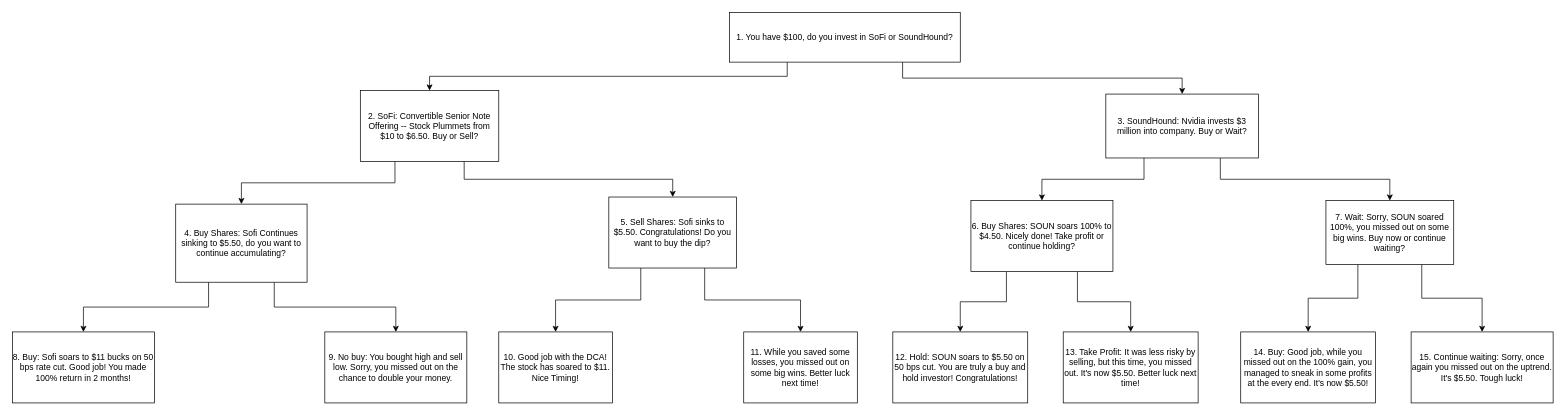
alexziao05/Text-Based-RPG-Using-Decision-Tree keeps this draw.io diagram as Helpful Files/RPG Diagram.drawio. Above is the earlier version. Source tidied: cells renumbered, new cells numbered last; positions are measured from the earlier drawing's top-left corner, leaving out a move shared by most shapes. Both pictures are drawn from the tidied source at 71%, with x=0, y=0 at pixel (12, 12).
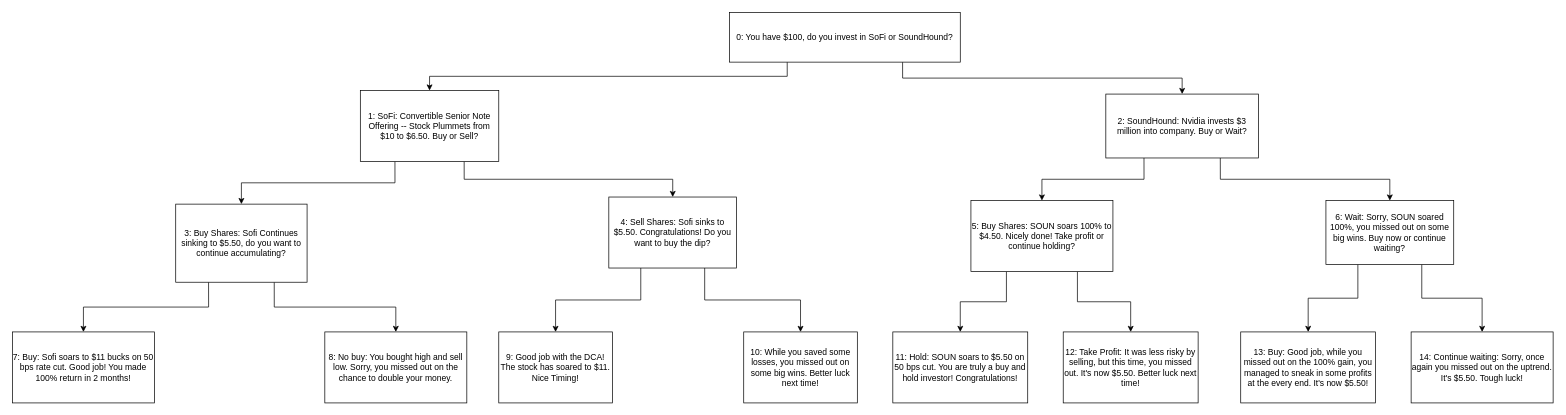
The same page after the edit.

Diff of the diagram source:
```diff
@@
-    <mxCell id="4" value="1. You have $100, do you invest in SoFi or SoundHound?" style="rounded=0;whiteSpace=wrap;html=1;" parent="1" vertex="1">
+    <mxCell id="4" value="0: You have $100, do you invest in SoFi or SoundHound?" style="rounded=0;whiteSpace=wrap;html=1;" parent="1" vertex="1">
       <mxGeometry x="1010" width="325" height="70" as="geometry" />
     </mxCell>
@@
-    <mxCell id="7" value="2. SoFi: Convertible Senior Note Offering -- Stock Plummets from $10 to $6.50. Buy or Sell?" style="rounded=0;whiteSpace=wrap;html=1;" parent="1" vertex="1">
+    <mxCell id="7" value="1: SoFi: Convertible Senior Note Offering -- Stock Plummets from $10 to $6.50. Buy or Sell?" style="rounded=0;whiteSpace=wrap;html=1;" parent="1" vertex="1">
       <mxGeometry x="490" y="110" width="195" height="100" as="geometry" />
     </mxCell>
@@
-    <mxCell id="10" value="3. SoundHound: Nvidia invests $3 million into company. Buy or Wait?" style="rounded=0;whiteSpace=wrap;html=1;" parent="1" vertex="1">
+    <mxCell id="10" value="2: SoundHound: Nvidia invests $3 million into company. Buy or Wait?" style="rounded=0;whiteSpace=wrap;html=1;" parent="1" vertex="1">
       <mxGeometry x="1540" y="115" width="215" height="90" as="geometry" />
     </mxCell>
@@
-    <mxCell id="13" value="4. Buy Shares: Sofi Continues sinking to $5.50, do you want to continue accumulating?" style="rounded=0;whiteSpace=wrap;html=1;" parent="1" vertex="1">
+    <mxCell id="13" value="3: Buy Shares: Sofi Continues sinking to $5.50, do you want to continue accumulating?" style="rounded=0;whiteSpace=wrap;html=1;" parent="1" vertex="1">
       <mxGeometry x="230" y="270" width="185" height="110" as="geometry" />
     </mxCell>
@@
-    <mxCell id="16" value="5. Sell Shares: Sofi sinks to $5.50. Congratulations! Do you want to buy the dip?" style="rounded=0;whiteSpace=wrap;html=1;" parent="1" vertex="1">
+    <mxCell id="16" value="4: Sell Shares: Sofi sinks to $5.50. Congratulations! Do you want to buy the dip?" style="rounded=0;whiteSpace=wrap;html=1;" parent="1" vertex="1">
       <mxGeometry x="840" y="260" width="180" height="100" as="geometry" />
     </mxCell>
@@
-    <mxCell id="19" value="6. Buy Shares: SOUN soars 100% to $4.50. Nicely done! Take profit or continue holding?" style="rounded=0;whiteSpace=wrap;html=1;" parent="1" vertex="1">
+    <mxCell id="19" value="5: Buy Shares: SOUN soars 100% to $4.50. Nicely done! Take profit or continue holding?" style="rounded=0;whiteSpace=wrap;html=1;" parent="1" vertex="1">
       <mxGeometry x="1350" y="265" width="200" height="100" as="geometry" />
     </mxCell>
@@
-    <mxCell id="22" value="7. Wait: Sorry, SOUN soared 100%, you missed out on some big wins. Buy now or continue waiting?" style="rounded=0;whiteSpace=wrap;html=1;" parent="1" vertex="1">
+    <mxCell id="22" value="6: Wait: Sorry, SOUN soared 100%, you missed out on some big wins. Buy now or continue waiting?" style="rounded=0;whiteSpace=wrap;html=1;" parent="1" vertex="1">
       <mxGeometry x="1850" y="265" width="180" height="90" as="geometry" />
     </mxCell>
-    <mxCell id="23" value="8. Buy: Sofi soars to $11 bucks on 50 bps rate cut. Good job! You made 100% return in 2 months! " style="rounded=0;whiteSpace=wrap;html=1;" parent="1" vertex="1">
+    <mxCell id="23" value="7: Buy: Sofi soars to $11 bucks on 50 bps rate cut. Good job! You made 100% return in 2 months! " style="rounded=0;whiteSpace=wrap;html=1;" parent="1" vertex="1">
       <mxGeometry y="450" width="200" height="100" as="geometry" />
     </mxCell>
-    <mxCell id="24" value="9. No buy: You bought high and sell low. Sorry, you missed out on the chance to double your money." style="rounded=0;whiteSpace=wrap;html=1;" parent="1" vertex="1">
+    <mxCell id="24" value="8: No buy: You bought high and sell low. Sorry, you missed out on the chance to double your money." style="rounded=0;whiteSpace=wrap;html=1;" parent="1" vertex="1">
       <mxGeometry x="440" y="450" width="200" height="100" as="geometry" />
     </mxCell>
-    <mxCell id="25" value="10. Good job with the DCA! The stock has soared to $11. Nice Timing!" style="rounded=0;whiteSpace=wrap;html=1;" parent="1" vertex="1">
+    <mxCell id="25" value="9: Good job with the DCA! The stock has soared to $11. Nice Timing!" style="rounded=0;whiteSpace=wrap;html=1;" parent="1" vertex="1">
       <mxGeometry x="685" y="450" width="160" height="100" as="geometry" />
     </mxCell>
-    <mxCell id="26" value="11. While you saved some losses, you missed out on some big wins. Better luck next time!" style="rounded=0;whiteSpace=wrap;html=1;" parent="1" vertex="1">
+    <mxCell id="26" value="10: While you saved some losses, you missed out on some big wins. Better luck next time!" style="rounded=0;whiteSpace=wrap;html=1;" parent="1" vertex="1">
       <mxGeometry x="1030" y="450" width="160" height="100" as="geometry" />
     </mxCell>
-    <mxCell id="27" value="12. Hold: SOUN soars to $5.50 on 50 bps cut. You are truly a buy and hold investor! Congratulations!" style="rounded=0;whiteSpace=wrap;html=1;" parent="1" vertex="1">
+    <mxCell id="27" value="11: Hold: SOUN soars to $5.50 on 50 bps cut. You are truly a buy and hold investor! Congratulations!" style="rounded=0;whiteSpace=wrap;html=1;" parent="1" vertex="1">
       <mxGeometry x="1240" y="450" width="190" height="100" as="geometry" />
     </mxCell>
-    <mxCell id="28" value="13. Take Profit: It was less risky by selling, but this time, you missed out. It's now $5.50. Better luck next time!" style="rounded=0;whiteSpace=wrap;html=1;" parent="1" vertex="1">
+    <mxCell id="28" value="12: Take Profit: It was less risky by selling, but this time, you missed out. It's now $5.50. Better luck next time!" style="rounded=0;whiteSpace=wrap;html=1;" parent="1" vertex="1">
       <mxGeometry x="1480" y="450" width="190" height="100" as="geometry" />
     </mxCell>
-    <mxCell id="29" value="14. Buy: Good job, while you missed out on the 100% gain, you managed to sneak in some profits at the every end. It's now $5.50!" style="rounded=0;whiteSpace=wrap;html=1;" parent="1" vertex="1">
+    <mxCell id="29" value="13: Buy: Good job, while you missed out on the 100% gain, you managed to sneak in some profits at the every end. It's now $5.50!" style="rounded=0;whiteSpace=wrap;html=1;" parent="1" vertex="1">
       <mxGeometry x="1730" y="450" width="190" height="100" as="geometry" />
     </mxCell>
-    <mxCell id="30" value="15. Continue waiting: Sorry, once again you missed out on the uptrend. It's $5.50. Tough luck!" style="rounded=0;whiteSpace=wrap;html=1;" parent="1" vertex="1">
+    <mxCell id="30" value="14: Continue waiting: Sorry, once again you missed out on the uptrend. It's $5.50. Tough luck!" style="rounded=0;whiteSpace=wrap;html=1;" parent="1" vertex="1">
       <mxGeometry x="1970" y="450" width="200" height="100" as="geometry" />
     </mxCell>
```
